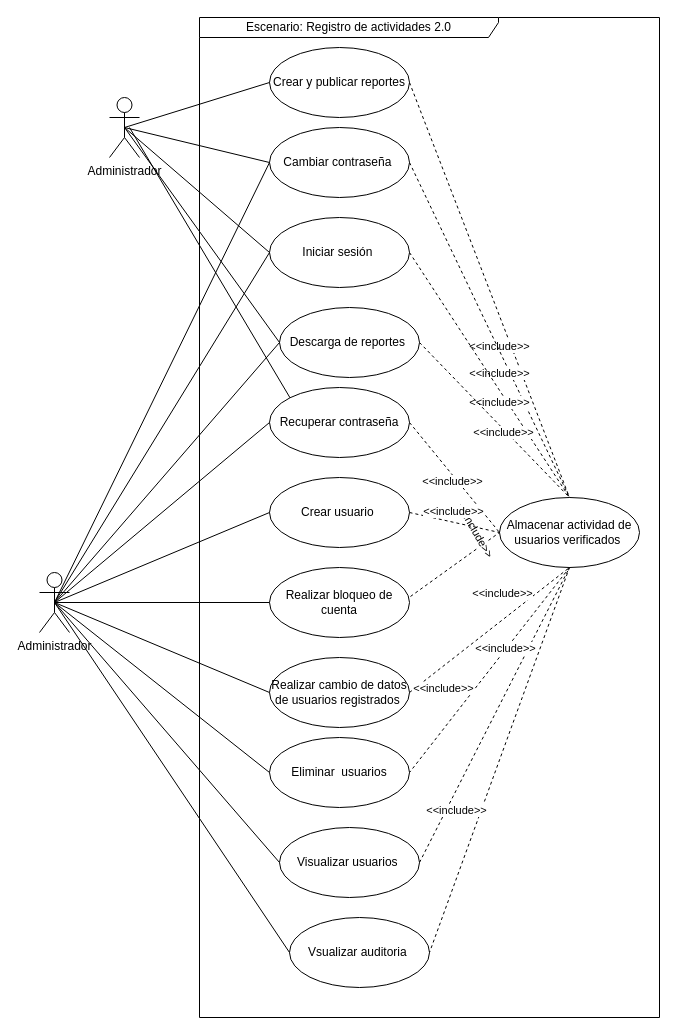
Earlier version of the draw.io diagram page "Registro de actividades" (10 of 16) of documentacion/Untitled Diagram.drawio (nicasop/PROYECTO_INTEGRADOR_P58). Source tidied: cells renumbered, new cells numbered last; positions are measured from the earlier drawing's top-left corner, leaving out a move shared by most shapes. Both pictures are drawn from the tidied source at 100%, with x=0, y=0 at pixel (39, 17).
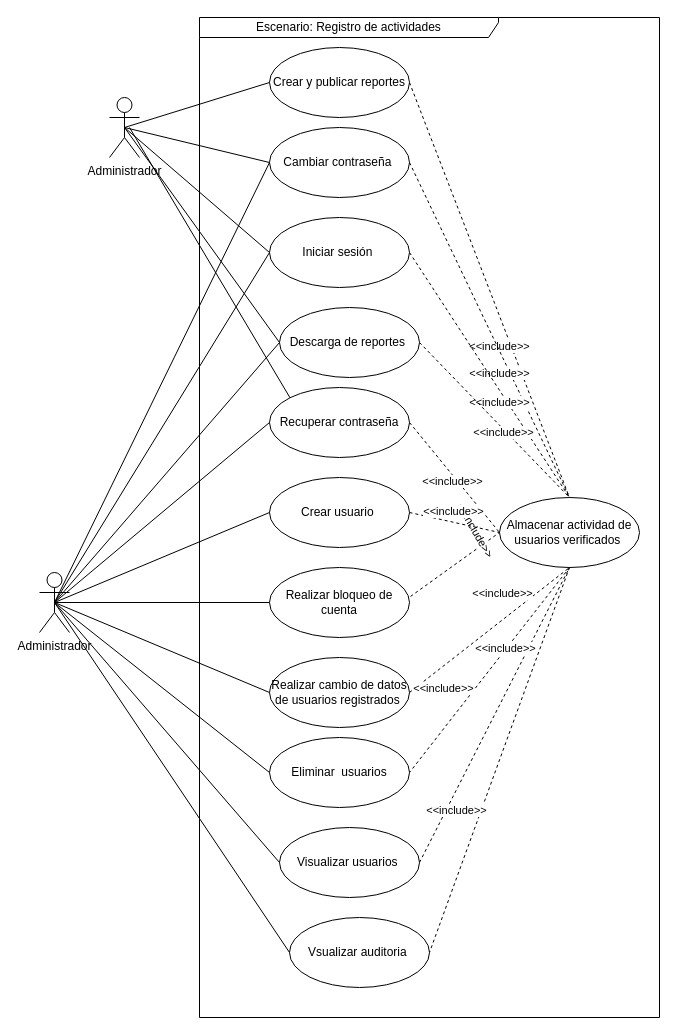
After the change.

What changed in the source:
```diff
@@
-    <mxCell id="2" value="Escenario: Registro de actividades 2.0" style="shape=umlFrame;whiteSpace=wrap;html=1;width=299;height=20;" parent="1" vertex="1">
+    <mxCell id="2" value="Escenario: Registro de actividades" style="shape=umlFrame;whiteSpace=wrap;html=1;width=299;height=20;" parent="1" vertex="1">
       <mxGeometry x="160" width="460" height="1000" as="geometry" />
     </mxCell>
```
